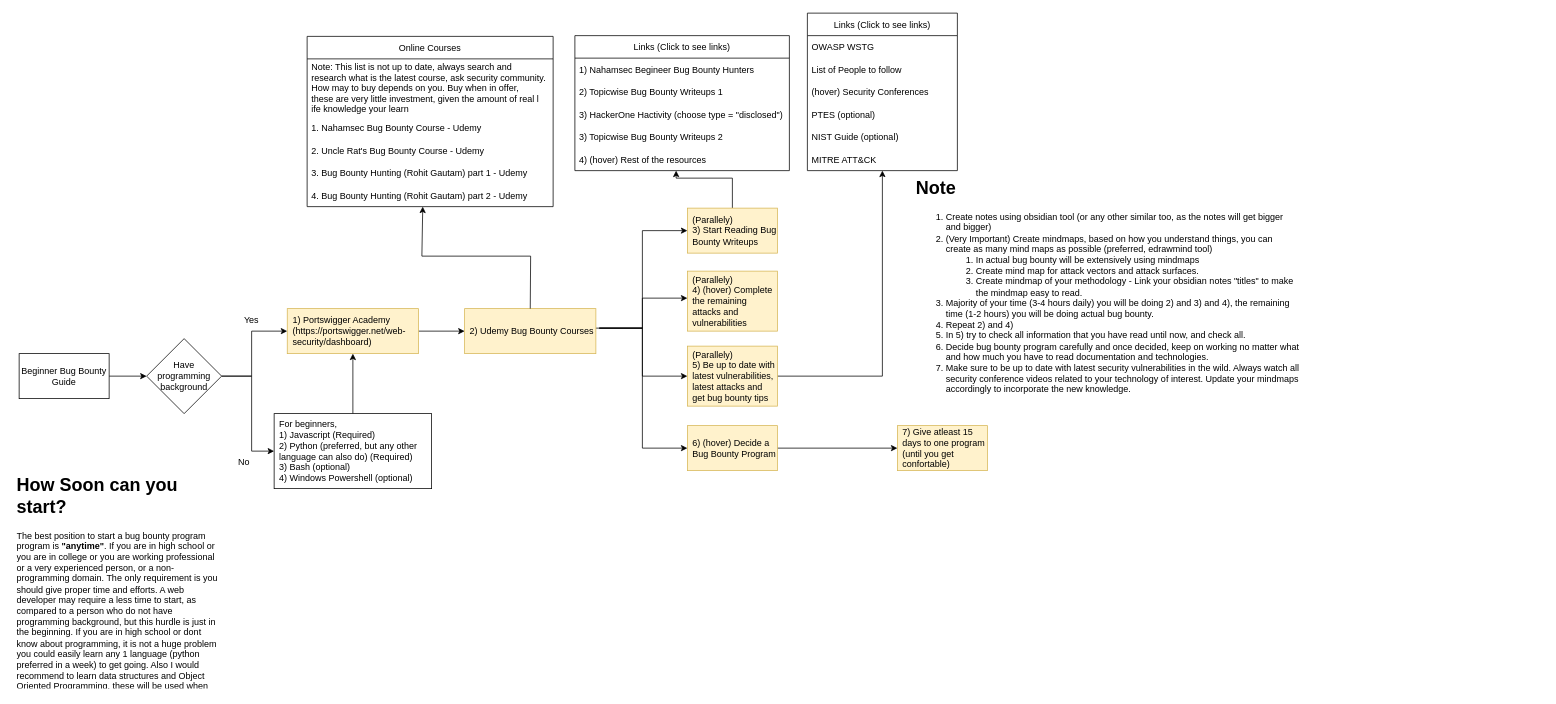
Above: page "Beginner Bug Bounty Guide" (1 of 2) of how-to-start-bug-bounty.drawio in Le4kno3/Beginner-Bug-Bounty-Guide (draw.io), before the change. Source tidied: cells renumbered, new cells numbered last; positions are measured from the earlier drawing's top-left corner, leaving out a move shared by most shapes. Both pictures are drawn from the tidied source at 75%, with x=0, y=0 at pixel (13, 13).
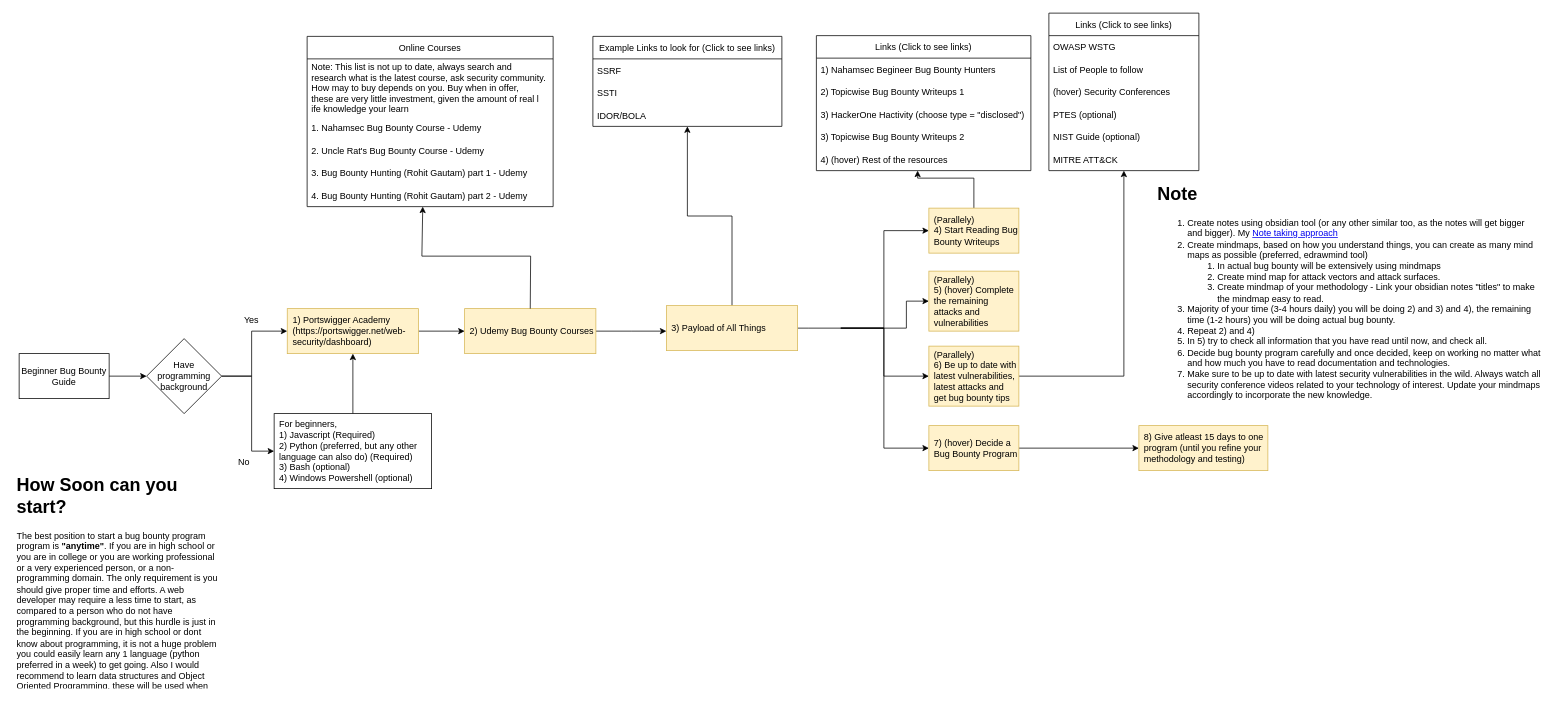
The same page after the edit.

The change refers to these unchanged cells:
```xml
<mxCell id="37" value="2) Udemy Bug Bounty Courses" style="whiteSpace=wrap;html=1;rounded=0;fillColor=#fff2cc;strokeColor=#d6b656;align=left;spacingLeft=5;" parent="1" vertex="1">
  <mxGeometry x="602" y="394" width="175" height="60" as="geometry" />
</mxCell>
```

What changed in the source:
```diff
@@
     <mxCell id="7" style="edgeStyle=orthogonalEdgeStyle;rounded=0;jettySize=auto;html=1;" parent="1" edge="1" target="16">
       <mxGeometry relative="1" as="geometry">
-        <mxPoint x="781.5" y="420" as="sourcePoint" />
+        <mxPoint x="1103.5" y="420" as="sourcePoint" />
         <Array as="points">
-          <mxPoint x="839" y="420" />
-          <mxPoint x="839" y="290" />
+          <mxPoint x="1161" y="420" />
+          <mxPoint x="1161" y="290" />
         </Array>
       </mxGeometry>
     </mxCell>
     <mxCell id="8" style="edgeStyle=orthogonalEdgeStyle;rounded=0;jettySize=auto;html=1;entryX=0;entryY=0.5;entryDx=0;entryDy=0;" parent="1" edge="1" target="24">
       <mxGeometry relative="1" as="geometry">
-        <mxPoint x="781.5" y="420" as="sourcePoint" />
+        <mxPoint x="1103.5" y="420" as="sourcePoint" />
         <Array as="points">
-          <mxPoint x="839" y="420" />
-          <mxPoint x="839" y="484" />
-          <mxPoint x="899" y="484" />
+          <mxPoint x="1161" y="420" />
+          <mxPoint x="1161" y="484" />
+          <mxPoint x="1221" y="484" />
         </Array>
       </mxGeometry>
     </mxCell>
     <mxCell id="9" style="edgeStyle=orthogonalEdgeStyle;rounded=0;jettySize=auto;html=1;" parent="1" edge="1" target="33">
       <mxGeometry relative="1" as="geometry">
-        <mxPoint x="781.5" y="420" as="sourcePoint" />
+        <mxPoint x="1103.5" y="420" as="sourcePoint" />
         <Array as="points">
-          <mxPoint x="839" y="420" />
-          <mxPoint x="839" y="580" />
+          <mxPoint x="1161" y="420" />
+          <mxPoint x="1161" y="580" />
         </Array>
       </mxGeometry>
     </mxCell>
-    <mxCell id="10" style="edgeStyle=orthogonalEdgeStyle;rounded=0;jettySize=auto;html=1;exitX=1;exitY=0.5;exitDx=0;exitDy=0;" parent="1" edge="1" source="37" target="36">
+    <mxCell id="10" style="edgeStyle=orthogonalEdgeStyle;rounded=0;jettySize=auto;html=1;exitX=1;exitY=0.5;exitDx=0;exitDy=0;" parent="1" edge="1" source="50" target="36">
       <mxGeometry relative="1" as="geometry">
         <Array as="points">
-          <mxPoint x="754" y="420" />
-          <mxPoint x="839" y="420" />
-          <mxPoint x="839" y="380" />
+          <mxPoint x="1060" y="420" />
+          <mxPoint x="1191" y="420" />
+          <mxPoint x="1191" y="380" />
         </Array>
       </mxGeometry>
     </mxCell>
@@
     <mxCell id="15" style="edgeStyle=orthogonalEdgeStyle;rounded=0;jettySize=auto;html=1;" parent="1" edge="1" source="16" target="17">
       <mxGeometry relative="1" as="geometry">
         <Array as="points">
-          <mxPoint x="959" y="220" />
-          <mxPoint x="884" y="220" />
+          <mxPoint x="1281" y="220" />
+          <mxPoint x="1206" y="220" />
         </Array>
       </mxGeometry>
     </mxCell>
-    <mxCell id="16" value="(Parallely)&lt;br&gt;3) Start Reading Bug Bounty Writeups" style="whiteSpace=wrap;html=1;fillColor=#fff2cc;strokeColor=#d6b656;rounded=0;align=left;spacingLeft=5;" parent="1" vertex="1">
-      <mxGeometry x="899" y="260" width="120" height="60" as="geometry" />
+    <mxCell id="16" value="(Parallely)&lt;br&gt;4) Start Reading Bug Bounty Writeups" style="whiteSpace=wrap;html=1;fillColor=#fff2cc;strokeColor=#d6b656;rounded=0;align=left;spacingLeft=5;" parent="1" vertex="1">
+      <mxGeometry x="1221" y="260" width="120" height="60" as="geometry" />
     </mxCell>
     <mxCell id="17" value="Links (Click to see links)" style="swimlane;fontStyle=0;horizontal=1;startSize=30;" parent="1" vertex="1">
-      <mxGeometry x="749" y="30" width="286" height="180" as="geometry" />
+      <mxGeometry x="1071" y="30" width="286" height="180" as="geometry" />
     </mxCell>
@@
-    <mxCell id="24" value="(Parallely)&lt;br&gt;5) Be up to date with latest vulnerabilities, latest attacks and get bug bounty tips" style="whiteSpace=wrap;html=1;align=left;fillColor=#fff2cc;strokeColor=#d6b656;rounded=0;spacingLeft=5;" parent="1" vertex="1">
-      <mxGeometry x="899" y="444" width="120" height="80" as="geometry" />
+    <mxCell id="24" value="(Parallely)&lt;br&gt;6) Be up to date with latest vulnerabilities, latest attacks and get bug bounty tips" style="whiteSpace=wrap;html=1;align=left;fillColor=#fff2cc;strokeColor=#d6b656;rounded=0;spacingLeft=5;" parent="1" vertex="1">
+      <mxGeometry x="1221" y="444" width="120" height="80" as="geometry" />
     </mxCell>
     <mxCell id="25" value="Links (Click to see links)" style="swimlane;fontStyle=0;horizontal=1;startSize=30;" parent="1" vertex="1">
-      <mxGeometry x="1059" width="200" height="210" as="geometry" />
+      <mxGeometry x="1381" width="200" height="210" as="geometry" />
     </mxCell>
@@
-    <mxCell id="33" value="6) (hover) Decide a Bug Bounty Program" style="whiteSpace=wrap;html=1;align=left;fillColor=#fff2cc;strokeColor=#d6b656;rounded=0;spacingLeft=5;" parent="1" vertex="1">
-      <mxGeometry x="899" y="550" width="120" height="60" as="geometry" />
+    <mxCell id="33" value="7) (hover) Decide a Bug Bounty Program" style="whiteSpace=wrap;html=1;align=left;fillColor=#fff2cc;strokeColor=#d6b656;rounded=0;spacingLeft=5;" parent="1" vertex="1">
+      <mxGeometry x="1221" y="550" width="120" height="60" as="geometry" />
     </mxCell>
-    <mxCell id="34" value="7) Give atleast 15 days to one program (until you get confortable)" style="whiteSpace=wrap;html=1;align=left;fillColor=#fff2cc;strokeColor=#d6b656;rounded=0;spacingLeft=5;" parent="1" vertex="1">
-      <mxGeometry x="1179" y="550" width="120" height="60" as="geometry" />
+    <mxCell id="34" value="8) Give atleast 15 days to one program (until you refine your methodology and testing)" style="whiteSpace=wrap;html=1;align=left;fillColor=#fff2cc;strokeColor=#d6b656;rounded=0;spacingLeft=5;" parent="1" vertex="1">
+      <mxGeometry x="1501" y="550" width="172" height="60" as="geometry" />
     </mxCell>
-    <mxCell id="35" value="&lt;h1&gt;Note&lt;/h1&gt;&lt;p&gt;&lt;/p&gt;&lt;ol&gt;&lt;li&gt;Create notes using obsidian tool (or any other similar too, as the notes will get bigger and bigger)&lt;/li&gt;&lt;li&gt;(Very Important) Create mindmaps, based on how you understand things, you can create as many mind maps as possible (preferred, edrawmind tool)&lt;/li&gt;&lt;ol&gt;&lt;li&gt;In actual bug bounty will be extensively using mindmaps&lt;/li&gt;&lt;li&gt;Create mind map for attack vectors and attack surfaces.&lt;/li&gt;&lt;li&gt;Create mindmap of your methodology - Link your obsidian notes &quot;titles&quot; to make the mindmap easy to read.&lt;/li&gt;&lt;/ol&gt;&lt;li&gt;Majority of your time (3-4 hours daily) you will be doing 2) and 3) and 4), the remaining time (1-2 hours) you will be doing actual bug bounty.&lt;/li&gt;&lt;li&gt;Repeat 2) and 4)&lt;/li&gt;&lt;li&gt;In 5) try to check all information that you have read until now, and check all.&lt;/li&gt;&lt;li&gt;Decide bug bounty program carefully and once decided, keep on working no matter what and how much you have to read documentation and technologies.&lt;/li&gt;&lt;li&gt;Make sure to be up to date with latest security vulnerabilities in the wild. Always watch all security conference videos related to your technology of interest. Update your mindmaps accordingly to incorporate the new knowledge.&lt;/li&gt;&lt;/ol&gt;&lt;p&gt;&lt;/p&gt;" style="text;html=1;strokeColor=none;fillColor=none;spacing=5;spacingTop=-20;whiteSpace=wrap;overflow=hidden;rounded=0;" parent="1" vertex="1">
-      <mxGeometry x="1199" y="214" width="520" height="320" as="geometry" />
+    <mxCell id="35" value="&lt;h1&gt;Note&lt;/h1&gt;&lt;p&gt;&lt;/p&gt;&lt;ol&gt;&lt;li&gt;Create notes using obsidian tool (or any other similar too, as the notes will get bigger and bigger). My &lt;a href=&quot;https://takshil-patil529.medium.com/beginner-bug-bounty-guide-part-3-8b979d0f6511#9e9b&quot;&gt;Note taking approach&lt;/a&gt;&lt;/li&gt;&lt;li&gt;Create mindmaps, based on how you understand things, you can create as many mind maps as possible (preferred, edrawmind tool)&lt;/li&gt;&lt;ol&gt;&lt;li&gt;In actual bug bounty will be extensively using mindmaps&lt;/li&gt;&lt;li&gt;Create mind map for attack vectors and attack surfaces.&lt;/li&gt;&lt;li&gt;Create mindmap of your methodology - Link your obsidian notes &quot;titles&quot; to make the mindmap easy to read.&lt;/li&gt;&lt;/ol&gt;&lt;li&gt;Majority of your time (3-4 hours daily) you will be doing 2) and 3) and 4), the remaining time (1-2 hours) you will be doing actual bug bounty.&lt;/li&gt;&lt;li&gt;Repeat 2) and 4)&lt;/li&gt;&lt;li&gt;In 5) try to check all information that you have read until now, and check all.&lt;/li&gt;&lt;li&gt;Decide bug bounty program carefully and once decided, keep on working no matter what and how much you have to read documentation and technologies.&lt;/li&gt;&lt;li&gt;Make sure to be up to date with latest security vulnerabilities in the wild. Always watch all security conference videos related to your technology of interest. Update your mindmaps accordingly to incorporate the new knowledge.&lt;/li&gt;&lt;/ol&gt;&lt;p&gt;&lt;/p&gt;" style="text;html=1;strokeColor=none;fillColor=none;spacing=5;spacingTop=-20;whiteSpace=wrap;overflow=hidden;rounded=0;" parent="1" vertex="1">
+      <mxGeometry x="1521" y="222" width="520" height="320" as="geometry" />
     </mxCell>
-    <mxCell id="36" value="(Parallely)&lt;br&gt;4) (hover) Complete the remaining attacks and vulnerabilities" style="whiteSpace=wrap;html=1;align=left;fillColor=#fff2cc;strokeColor=#d6b656;rounded=0;spacingLeft=5;" parent="1" vertex="1">
-      <mxGeometry x="899" y="344" width="120" height="80" as="geometry" />
+    <mxCell id="36" value="(Parallely)&lt;br&gt;5) (hover) Complete the remaining attacks and vulnerabilities" style="whiteSpace=wrap;html=1;align=left;fillColor=#fff2cc;strokeColor=#d6b656;rounded=0;spacingLeft=5;" parent="1" vertex="1">
+      <mxGeometry x="1221" y="344" width="120" height="80" as="geometry" />
     </mxCell>
+    <mxCell id="48" style="edgeStyle=orthogonalEdgeStyle;rounded=0;jettySize=auto;html=1;exitX=1;exitY=0.5;exitDx=0;exitDy=0;" parent="1" edge="1" source="37">
+      <mxGeometry relative="1" as="geometry">
+        <mxPoint x="871" y="424" as="targetPoint" />
+      </mxGeometry>
+    </mxCell>
@@
+    <mxCell id="49" style="edgeStyle=orthogonalEdgeStyle;rounded=0;jettySize=auto;html=1;" parent="1" edge="1" source="50" target="51">
+      <mxGeometry relative="1" as="geometry" />
+    </mxCell>
+    <mxCell id="50" value="3) Payload of All Things" style="whiteSpace=wrap;html=1;rounded=0;fillColor=#fff2cc;strokeColor=#d6b656;align=left;spacingLeft=5;" parent="1" vertex="1">
+      <mxGeometry x="871" y="390" width="175" height="60" as="geometry" />
+    </mxCell>
+    <mxCell id="51" value="Example Links to look for (Click to see links)" style="swimlane;fontStyle=0;horizontal=1;startSize=30;" parent="1" vertex="1">
+      <mxGeometry x="773" y="31" width="252" height="120" as="geometry" />
+    </mxCell>
+    <mxCell id="52" value="SSRF" style="text;strokeColor=none;fillColor=none;align=left;verticalAlign=middle;spacingLeft=4;spacingRight=4;overflow=hidden;" parent="51" vertex="1">
+      <mxGeometry y="30" width="252" height="30" as="geometry" />
+    </mxCell>
+    <mxCell id="53" value="SSTI" style="text;strokeColor=none;fillColor=none;align=left;verticalAlign=middle;spacingLeft=4;spacingRight=4;overflow=hidden;" parent="51" vertex="1">
+      <mxGeometry y="60" width="252" height="30" as="geometry" />
+    </mxCell>
+    <mxCell id="54" value="IDOR/BOLA" style="text;strokeColor=none;fillColor=none;align=left;verticalAlign=middle;spacingLeft=4;spacingRight=4;overflow=hidden;" parent="51" vertex="1">
+      <mxGeometry y="90" width="252" height="30" as="geometry" />
+    </mxCell>
```
